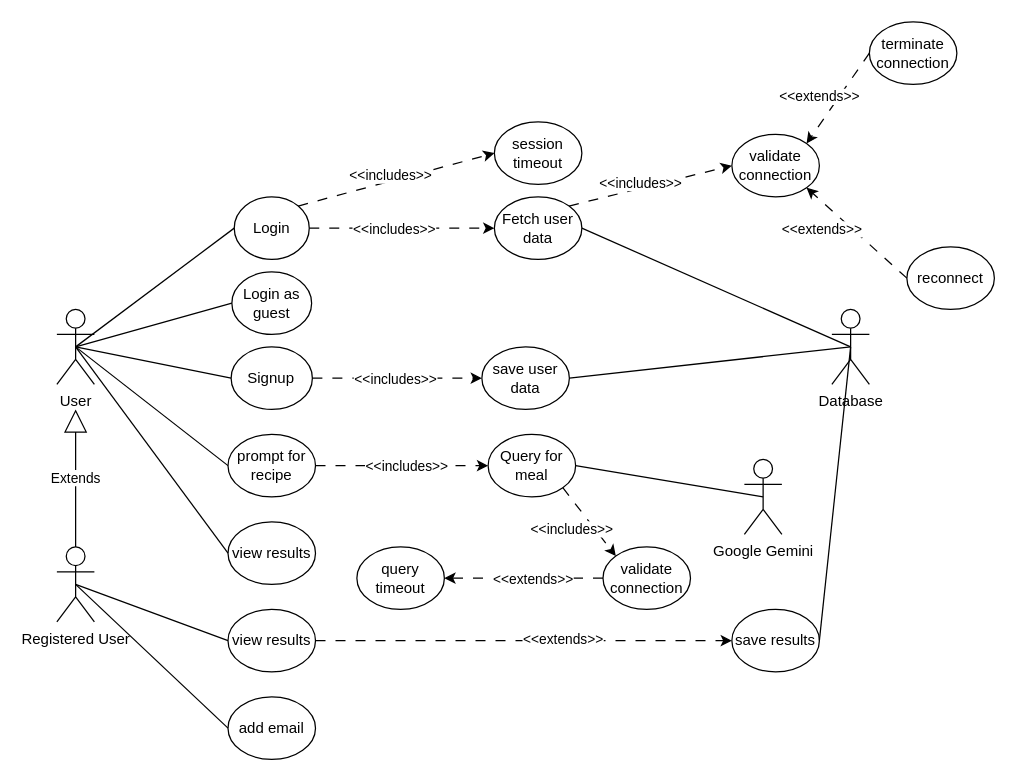
Above: diagrams/project_usecase_diagram.drawio in Mark-Guerta/SENG401_project_group14_L01 (draw.io), before the change. Source tidied: cells renumbered, new cells numbered last; positions are measured from the earlier drawing's top-left corner, leaving out a move shared by most shapes. Both pictures are drawn from the tidied source at 125%, with x=0, y=0 at pixel (56, 21).
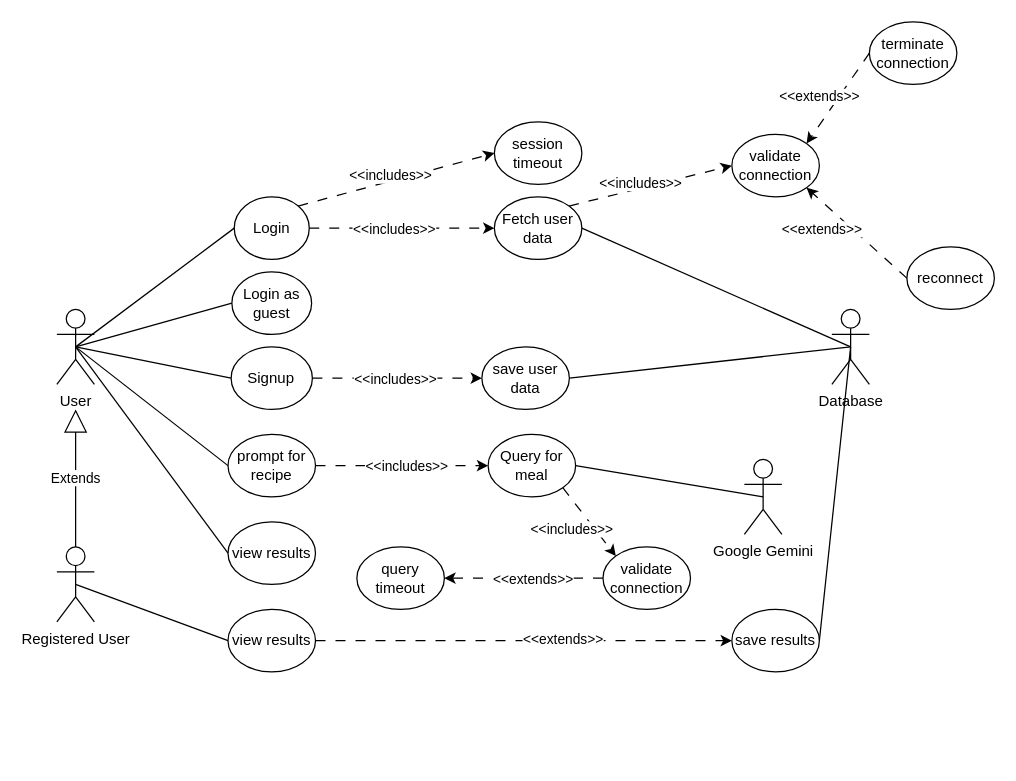
The same diagram, later.

Commit message (it also covers changes not shown here):
Added busniness layer UML

The change refers to these unchanged cells:
```xml
<mxCell id="3" value="Registered User" style="shape=umlActor;verticalLabelPosition=bottom;verticalAlign=top;html=1;outlineConnect=0;" parent="1" vertex="1">
  <mxGeometry y="420" width="30" height="60" as="geometry" />
</mxCell>
```

What changed in the source:
```diff
@@
-    <mxCell id="31" value="add email" style="ellipse;whiteSpace=wrap;html=1;" parent="1" vertex="1">
-      <mxGeometry x="136.9" y="540" width="70" height="50" as="geometry" />
-    </mxCell>
-    <mxCell id="32" style="endArrow=none;html=1;exitX=0.5;exitY=0.5;exitDx=0;exitDy=0;exitPerimeter=0;entryX=0;entryY=0.5;entryDx=0;entryDy=0;" parent="1" edge="1" source="3" target="31">
-      <mxGeometry relative="1" as="geometry" />
-    </mxCell>
```
